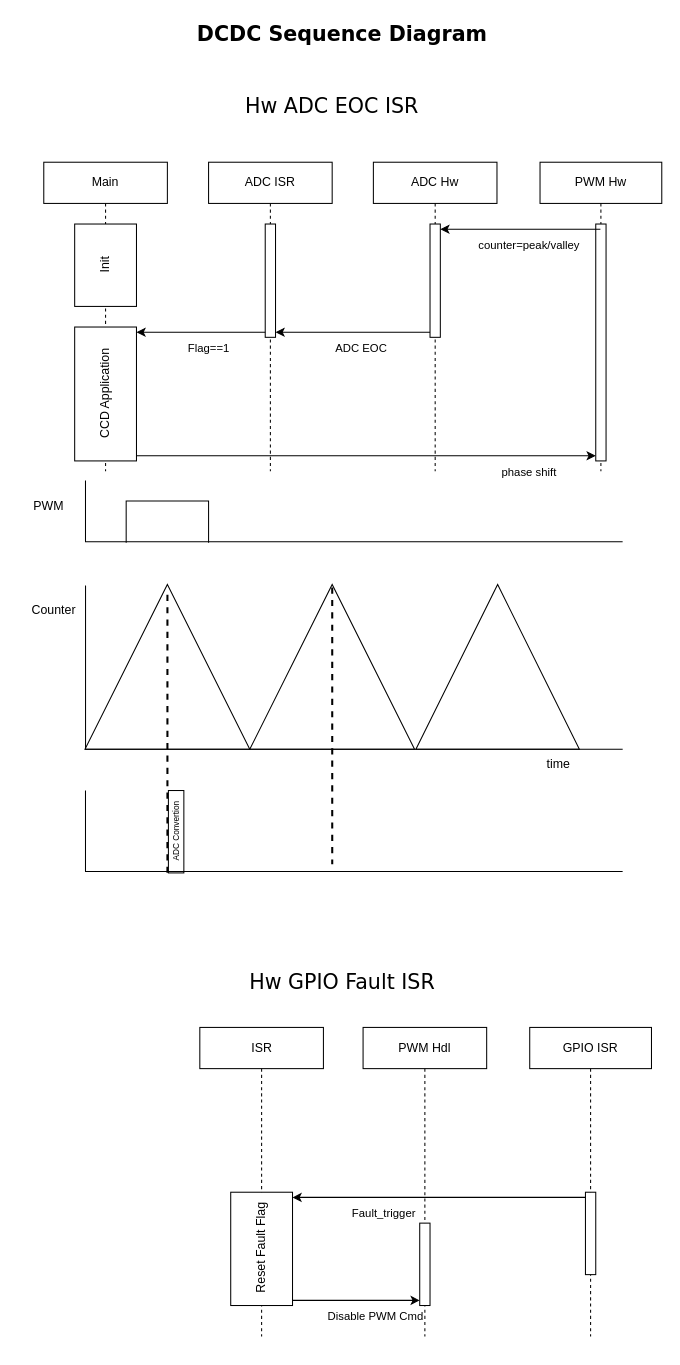
chdev2011/temp keeps this draw.io diagram as page "Sequence_Diagram" (2 of 5) of DCDCArchitectureSF.drawio. Above is the earlier version. Source tidied: cells renumbered, new cells numbered last; positions are measured from the earlier drawing's top-left corner, leaving out a move shared by most shapes. Both pictures are drawn from the tidied source at 103%, with x=0, y=0 at pixel (18, 18).
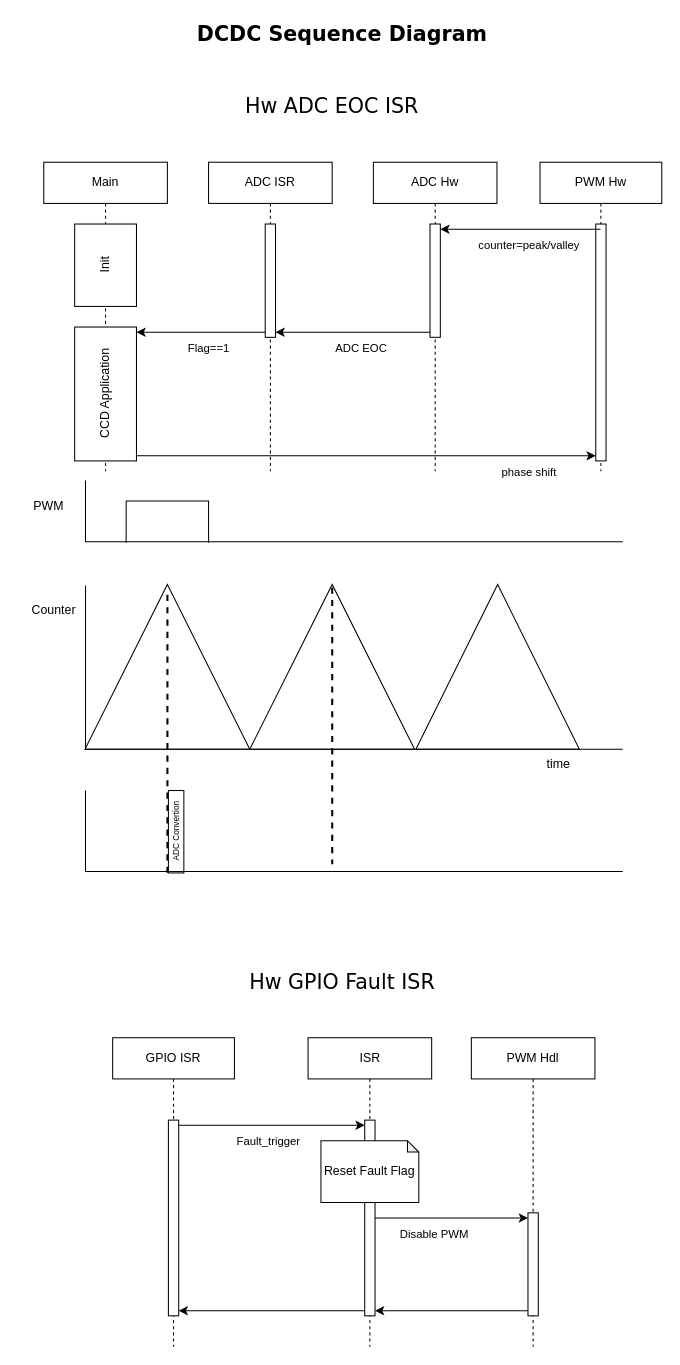
The same diagram, later.

Diff of the diagram source:
```diff
@@
     <mxCell id="35" value="GPIO ISR" style="shape=umlLifeline;perimeter=lifelinePerimeter;whiteSpace=wrap;html=1;newEdgeStyle={&quot;curved&quot;:0,&quot;rounded&quot;:0};" parent="1" vertex="1">
-      <mxGeometry x="496.8" y="980" width="118.2" height="300" as="geometry" />
+      <mxGeometry x="91.9" y="990" width="118.2" height="300" as="geometry" />
     </mxCell>
     <mxCell id="36" style="html=1;points=[[0,0,0,0,5],[0,1,0,0,-5],[1,0,0,0,5],[1,1,0,0,-5]];perimeter=orthogonalPerimeter;outlineConnect=0;targetShapes=umlLifeline;portConstraint=eastwest;newEdgeStyle={&quot;curved&quot;:0,&quot;rounded&quot;:0};" parent="35" vertex="1">
-      <mxGeometry x="54.1" y="160" width="10" height="80" as="geometry" />
+      <mxGeometry x="54.1" y="80" width="10" height="190" as="geometry" />
     </mxCell>
     <mxCell id="37" value="ISR" style="shape=umlLifeline;perimeter=lifelinePerimeter;whiteSpace=wrap;html=1;newEdgeStyle={&quot;curved&quot;:0,&quot;rounded&quot;:0};" parent="1" vertex="1">
-      <mxGeometry x="176.5" y="980" width="120" height="300" as="geometry" />
+      <mxGeometry x="281.6" y="990" width="120" height="300" as="geometry" />
     </mxCell>
-    <mxCell id="38" value="Reset Fault Flag" style="html=1;points=[[0,0,0,0,5],[0,1,0,0,-5],[1,0,0,0,5],[1,1,0,0,-5]];perimeter=orthogonalPerimeter;outlineConnect=0;targetShapes=umlLifeline;portConstraint=eastwest;newEdgeStyle={&quot;curved&quot;:0,&quot;rounded&quot;:0};horizontal=0;" parent="37" vertex="1">
-      <mxGeometry x="30" y="160" width="60" height="110" as="geometry" />
+    <mxCell id="38" style="html=1;points=[[0,0,0,0,5],[0,1,0,0,-5],[1,0,0,0,5],[1,1,0,0,-5]];perimeter=orthogonalPerimeter;outlineConnect=0;targetShapes=umlLifeline;portConstraint=eastwest;newEdgeStyle={&quot;curved&quot;:0,&quot;rounded&quot;:0};horizontal=0;" parent="37" vertex="1">
+      <mxGeometry x="55" y="80" width="10" height="190" as="geometry" />
     </mxCell>
     <mxCell id="39" value="PWM Hdl" style="shape=umlLifeline;perimeter=lifelinePerimeter;whiteSpace=wrap;html=1;newEdgeStyle={&quot;curved&quot;:0,&quot;rounded&quot;:0};" parent="1" vertex="1">
-      <mxGeometry x="335" y="980" width="120" height="300" as="geometry" />
+      <mxGeometry x="440.1" y="990" width="120" height="300" as="geometry" />
     </mxCell>
     <mxCell id="40" style="html=1;points=[[0,0,0,0,5],[0,1,0,0,-5],[1,0,0,0,5],[1,1,0,0,-5]];perimeter=orthogonalPerimeter;outlineConnect=0;targetShapes=umlLifeline;portConstraint=eastwest;newEdgeStyle={&quot;curved&quot;:0,&quot;rounded&quot;:0};" parent="39" vertex="1">
-      <mxGeometry x="55" y="190" width="10" height="80" as="geometry" />
+      <mxGeometry x="55" y="170" width="10" height="100" as="geometry" />
     </mxCell>
-    <mxCell id="41" style="rounded=0;jettySize=auto;html=1;entryX=1;entryY=0;entryDx=0;entryDy=5;entryPerimeter=0;exitX=0;exitY=0;exitDx=0;exitDy=5;exitPerimeter=0;" parent="1" edge="1" source="36" target="38">
-      <mxGeometry relative="1" as="geometry">
-        <Array as="points">
-          <mxPoint x="475" y="1145" />
-        </Array>
-      </mxGeometry>
+    <mxCell id="41" style="rounded=0;jettySize=auto;html=1;entryX=0;entryY=0;entryDx=0;entryDy=5;entryPerimeter=0;exitX=1;exitY=0;exitDx=0;exitDy=5;exitPerimeter=0;" parent="1" edge="1" source="36" target="38">
+      <mxGeometry relative="1" as="geometry" />
     </mxCell>
     <mxCell id="42" value="Fault_trigger" style="edgeLabel;html=1;align=center;verticalAlign=middle;" parent="41" vertex="1">
       <mxGeometry x="-0.28" relative="1" as="geometry">
-        <mxPoint x="-94" y="15" as="offset" />
+        <mxPoint x="21" y="15" as="offset" />
       </mxGeometry>
     </mxCell>
-    <mxCell id="43" style="rounded=0;jettySize=auto;html=1;exitX=1;exitY=1;exitDx=0;exitDy=-5;exitPerimeter=0;entryX=0;entryY=1;entryDx=0;entryDy=-5;entryPerimeter=0;" parent="1" edge="1" source="38" target="40">
+    <mxCell id="43" style="edgeStyle=orthogonalEdgeStyle;rounded=0;jettySize=auto;html=1;curved=0;entryX=0;entryY=0;entryDx=0;entryDy=5;entryPerimeter=0;" parent="1" edge="1" source="38" target="40">
       <mxGeometry relative="1" as="geometry" />
     </mxCell>
-    <mxCell id="44" value="Disable PWM Cmd" style="edgeLabel;html=1;align=center;verticalAlign=middle;" parent="43" vertex="1">
-      <mxGeometry x="0.35" relative="1" as="geometry">
-        <mxPoint x="-3" y="15" as="offset" />
-      </mxGeometry>
-    </mxCell>
+    <mxCell id="45" value="Disable PWM" style="edgeLabel;html=1;align=center;verticalAlign=middle;" parent="43" vertex="1">
+      <mxGeometry x="-0.27" y="-1" relative="1" as="geometry">
+        <mxPoint x="3" y="14" as="offset" />
+      </mxGeometry>
+    </mxCell>
+    <mxCell id="46" style="edgeStyle=orthogonalEdgeStyle;rounded=0;jettySize=auto;html=1;curved=0;exitX=0;exitY=1;exitDx=0;exitDy=-5;exitPerimeter=0;entryX=1;entryY=1;entryDx=0;entryDy=-5;entryPerimeter=0;" parent="1" edge="1" source="40" target="38">
+      <mxGeometry relative="1" as="geometry" />
+    </mxCell>
+    <mxCell id="47" style="edgeStyle=orthogonalEdgeStyle;rounded=0;jettySize=auto;html=1;curved=0;exitX=0;exitY=1;exitDx=0;exitDy=-5;exitPerimeter=0;entryX=1;entryY=1;entryDx=0;entryDy=-5;entryPerimeter=0;" parent="1" edge="1" source="38" target="36">
+      <mxGeometry relative="1" as="geometry" />
+    </mxCell>
+    <mxCell id="48" value="&lt;span style=&quot;text-wrap-mode: nowrap;&quot;&gt;Reset Fault Flag&lt;/span&gt;" style="shape=note;whiteSpace=wrap;html=1;backgroundOutline=1;darkOpacity=0.05;size=11;" parent="1" vertex="1">
+      <mxGeometry x="294.1" y="1090" width="95" height="60" as="geometry" />
+    </mxCell>
```
